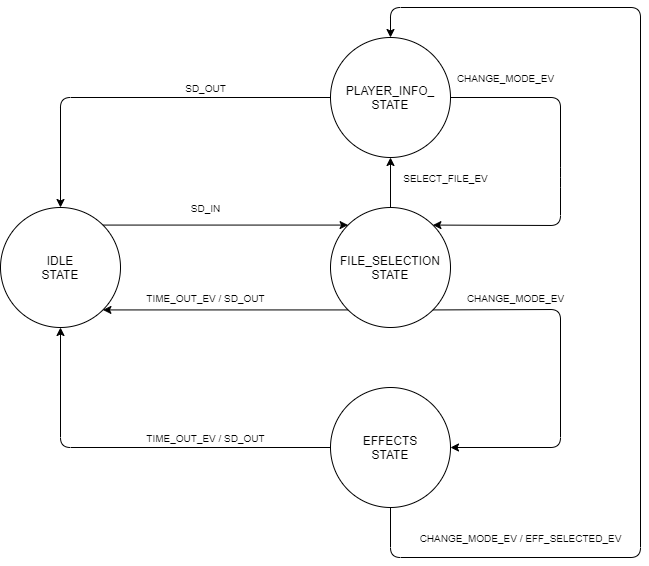
Earlier version of the draw.io export docs/fsm.png (Labo-Microprocesadores/MP3_Player). Source tidied: cells renumbered, new cells last; positions are measured from the earlier drawing's top-left corner, leaving out a move shared by most shapes.
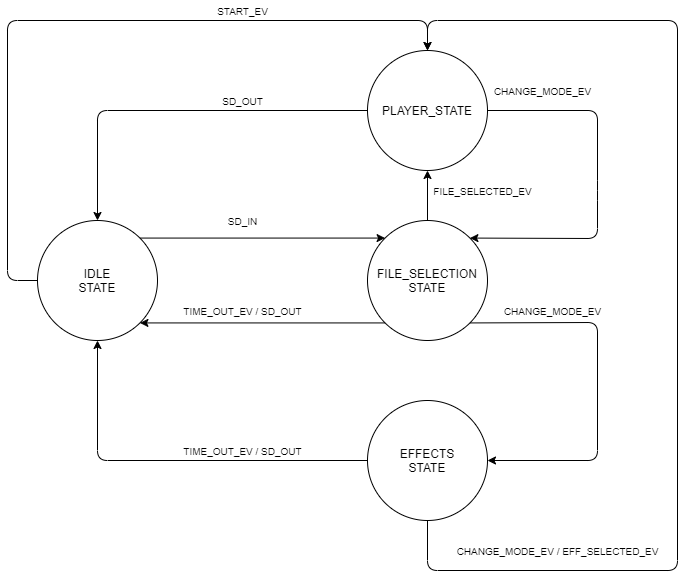
After the commit.

Commit message:
updated fsm diagram

What changed in the source:
```diff
@@ -5,9 +5,9 @@
     <mxCell id="2" value="IDLE&lt;br&gt;STATE" style="ellipse;whiteSpace=wrap;html=1;" parent="1" vertex="1">
       <mxGeometry y="200" width="120" height="120" as="geometry" />
     </mxCell>
-    <mxCell id="3" value="PLAYER_INFO_&lt;br&gt;STATE" style="ellipse;whiteSpace=wrap;html=1;" parent="1" vertex="1">
-      <mxGeometry x="330" y="30" width="120" height="120" as="geometry" />
-    </mxCell>
+    <mxCell id="22" value="PLAYER_STATE" style="ellipse;whiteSpace=wrap;html=1;" parent="1" vertex="1">
+      <mxGeometry x="330" y="30" width="120" height="120" as="geometry" />
+    </mxCell>
     <mxCell id="4" value="FILE_SELECTION&lt;br&gt;STATE" style="ellipse;whiteSpace=wrap;html=1;" parent="1" vertex="1">
       <mxGeometry x="330" y="200" width="120" height="120" as="geometry" />
     </mxCell>
@@ -21,37 +21,37 @@
         </Array>
       </mxGeometry>
     </mxCell>
-    <mxCell id="7" value="&lt;span style=&quot;font-size: 10px&quot;&gt;TIME_OUT_EV / SD_OUT&lt;/span&gt;" style="text;html=1;align=center;verticalAlign=middle;" parent="1" vertex="1">
-      <mxGeometry x="140" y="420" width="130" height="20" as="geometry" />
-    </mxCell>
+    <mxCell id="23" value="&lt;span style=&quot;font-size: 10px&quot;&gt;TIME_OUT_EV / SD_OUT&lt;/span&gt;" style="text;html=1;align=center;verticalAlign=middle;" parent="1" vertex="1">
+      <mxGeometry x="140" y="420" width="130" height="20" as="geometry" />
+    </mxCell>
     <mxCell id="8" style="endArrow=classic;html=1;exitX=0;exitY=1;exitDx=0;exitDy=0;entryX=1;entryY=1;entryDx=0;entryDy=0;" parent="1" edge="1" source="4" target="2">
       <mxGeometry relative="1" as="geometry" />
     </mxCell>
-    <mxCell id="9" value="&lt;span style=&quot;font-size: 10px&quot;&gt;TIME_OUT_EV / SD_OUT&lt;/span&gt;" style="text;html=1;align=center;verticalAlign=middle;" parent="1" vertex="1">
-      <mxGeometry x="140" y="280" width="130" height="20" as="geometry" />
-    </mxCell>
-    <mxCell id="10" style="endArrow=classic;html=1;exitX=0;exitY=0.5;exitDx=0;exitDy=0;entryX=0.5;entryY=0;entryDx=0;entryDy=0;" parent="1" edge="1" source="3" target="2">
-      <mxGeometry relative="1" as="geometry">
-        <Array as="points">
-          <mxPoint x="60" y="90" />
-        </Array>
-      </mxGeometry>
-    </mxCell>
+    <mxCell id="24" value="&lt;span style=&quot;font-size: 10px&quot;&gt;TIME_OUT_EV / SD_OUT&lt;/span&gt;" style="text;html=1;align=center;verticalAlign=middle;" parent="1" vertex="1">
+      <mxGeometry x="140" y="280" width="130" height="20" as="geometry" />
+    </mxCell>
+    <mxCell id="25" style="endArrow=classic;html=1;exitX=0;exitY=0.5;exitDx=0;exitDy=0;entryX=0.5;entryY=0;entryDx=0;entryDy=0;" parent="1" edge="1" source="22" target="2">
+      <mxGeometry relative="1" as="geometry">
+        <Array as="points">
+          <mxPoint x="60" y="90" />
+        </Array>
+      </mxGeometry>
+    </mxCell>
     <mxCell id="11" value="&lt;span style=&quot;font-size: 10px&quot;&gt;SD_OUT&lt;/span&gt;" style="text;html=1;align=center;verticalAlign=middle;" parent="1" vertex="1">
       <mxGeometry x="175" y="70" width="60" height="20" as="geometry" />
     </mxCell>
-    <mxCell id="12" style="endArrow=classic;html=1;exitX=1;exitY=0.5;exitDx=0;exitDy=0;entryX=1;entryY=0;entryDx=0;entryDy=0;" parent="1" edge="1" source="3" target="4">
-      <mxGeometry relative="1" as="geometry">
-        <Array as="points">
-          <mxPoint x="560" y="90" />
-          <mxPoint x="560" y="170" />
-          <mxPoint x="560" y="218" />
-        </Array>
-      </mxGeometry>
-    </mxCell>
-    <mxCell id="13" value="&lt;span style=&quot;font-size: 10px&quot;&gt;CHANGE_MODE_EV&lt;/span&gt;" style="text;html=1;align=center;verticalAlign=middle;" parent="1" vertex="1">
-      <mxGeometry x="450" y="60" width="110" height="20" as="geometry" />
-    </mxCell>
+    <mxCell id="26" style="endArrow=classic;html=1;exitX=1;exitY=0.5;exitDx=0;exitDy=0;entryX=1;entryY=0;entryDx=0;entryDy=0;" parent="1" edge="1" source="22" target="4">
+      <mxGeometry relative="1" as="geometry">
+        <Array as="points">
+          <mxPoint x="560" y="90" />
+          <mxPoint x="560" y="170" />
+          <mxPoint x="560" y="218" />
+        </Array>
+      </mxGeometry>
+    </mxCell>
+    <mxCell id="27" value="&lt;span style=&quot;font-size: 10px&quot;&gt;CHANGE_MODE_EV&lt;/span&gt;" style="text;html=1;align=center;verticalAlign=middle;" parent="1" vertex="1">
+      <mxGeometry x="450" y="60" width="110" height="20" as="geometry" />
+    </mxCell>
     <mxCell id="14" style="endArrow=classic;html=1;entryX=1;entryY=0.5;entryDx=0;entryDy=0;exitX=1;exitY=1;exitDx=0;exitDy=0;" parent="1" edge="1" source="4" target="5">
       <mxGeometry relative="1" as="geometry">
         <Array as="points">
@@ -60,19 +60,19 @@
         </Array>
       </mxGeometry>
     </mxCell>
-    <mxCell id="15" value="&lt;span style=&quot;font-size: 10px&quot;&gt;CHANGE_MODE_EV&lt;/span&gt;" style="text;html=1;align=center;verticalAlign=middle;" parent="1" vertex="1">
-      <mxGeometry x="460" y="280" width="110" height="20" as="geometry" />
-    </mxCell>
-    <mxCell id="16" style="endArrow=classic;html=1;exitX=0.5;exitY=1;exitDx=0;exitDy=0;entryX=0.5;entryY=0;entryDx=0;entryDy=0;" parent="1" edge="1" source="5" target="3">
-      <mxGeometry relative="1" as="geometry">
-        <Array as="points">
-          <mxPoint x="390" y="550" />
-          <mxPoint x="640" y="550" />
-          <mxPoint x="640" />
-          <mxPoint x="390" />
-        </Array>
-      </mxGeometry>
-    </mxCell>
+    <mxCell id="28" value="&lt;span style=&quot;font-size: 10px&quot;&gt;CHANGE_MODE_EV&lt;/span&gt;" style="text;html=1;align=center;verticalAlign=middle;" parent="1" vertex="1">
+      <mxGeometry x="460" y="280" width="110" height="20" as="geometry" />
+    </mxCell>
+    <mxCell id="29" style="endArrow=classic;html=1;exitX=0.5;exitY=1;exitDx=0;exitDy=0;entryX=0.5;entryY=0;entryDx=0;entryDy=0;" parent="1" edge="1" source="5" target="22">
+      <mxGeometry relative="1" as="geometry">
+        <Array as="points">
+          <mxPoint x="390" y="550" />
+          <mxPoint x="640" y="550" />
+          <mxPoint x="640" />
+          <mxPoint x="390" />
+        </Array>
+      </mxGeometry>
+    </mxCell>
     <mxCell id="17" value="&lt;span style=&quot;font-size: 10px&quot;&gt;CHANGE_MODE_EV / EFF_SELECTED_EV&lt;/span&gt;" style="text;html=1;align=center;verticalAlign=middle;" parent="1" vertex="1">
       <mxGeometry x="410" y="520" width="220" height="20" as="geometry" />
     </mxCell>
@@ -82,11 +82,23 @@
     <mxCell id="19" value="&lt;span style=&quot;font-size: 10px&quot;&gt;SD_IN&lt;/span&gt;" style="text;html=1;align=center;verticalAlign=middle;" parent="1" vertex="1">
       <mxGeometry x="180" y="190" width="50" height="20" as="geometry" />
     </mxCell>
-    <mxCell id="20" style="endArrow=classic;html=1;exitX=0.5;exitY=0;exitDx=0;exitDy=0;entryX=0.5;entryY=1;entryDx=0;entryDy=0;" parent="1" edge="1" source="4" target="3">
-      <mxGeometry relative="1" as="geometry" />
-    </mxCell>
-    <mxCell id="21" value="&lt;span style=&quot;font-size: 10px&quot;&gt;SELECT_FILE_EV&lt;/span&gt;" style="text;html=1;align=center;verticalAlign=middle;" parent="1" vertex="1">
-      <mxGeometry x="395" y="160" width="100" height="20" as="geometry" />
-    </mxCell>
+    <mxCell id="30" style="endArrow=classic;html=1;exitX=0.5;exitY=0;exitDx=0;exitDy=0;entryX=0.5;entryY=1;entryDx=0;entryDy=0;" parent="1" edge="1" source="4" target="22">
+      <mxGeometry relative="1" as="geometry" />
+    </mxCell>
+    <mxCell id="31" value="&lt;span style=&quot;font-size: 10px&quot;&gt;FILE_SELECTED_EV&lt;/span&gt;" style="text;html=1;align=center;verticalAlign=middle;" parent="1" vertex="1">
+      <mxGeometry x="390" y="160" width="110" height="20" as="geometry" />
+    </mxCell>
+    <mxCell id="32" style="endArrow=classic;html=1;exitX=0;exitY=0.5;exitDx=0;exitDy=0;entryX=0.5;entryY=0;entryDx=0;entryDy=0;" parent="1" edge="1" source="2" target="22">
+      <mxGeometry relative="1" as="geometry">
+        <Array as="points">
+          <mxPoint x="-30" y="260" />
+          <mxPoint x="-30" />
+          <mxPoint x="390" />
+        </Array>
+      </mxGeometry>
+    </mxCell>
+    <mxCell id="33" value="&lt;span style=&quot;font-size: 10px&quot;&gt;START_EV&lt;/span&gt;" style="text;html=1;align=center;verticalAlign=middle;" parent="1" vertex="1">
+      <mxGeometry x="170" y="-20" width="70" height="20" as="geometry" />
+    </mxCell>
   </root>
 </mxGraphModel>
```
